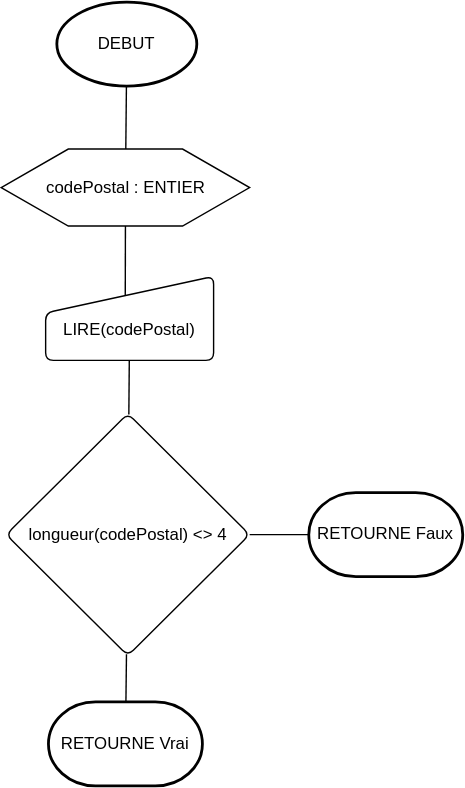
Before: 0869/user_project/diagrams/check_post_code.drawio.svg, a diagram exported from draw.io (katseyres/esa). Source tidied: cells renumbered, new cells last; positions are measured from the earlier drawing's top-left corner, leaving out a move shared by most shapes. Its diagram source:
```xml
<mxGraphModel>
  <root>
    <mxCell id="0" />
    <mxCell id="1" parent="0" />
    <mxCell id="2" style="edgeStyle=none;html=1;endArrow=none;endFill=0;rounded=0;" parent="1" edge="1" source="3" target="5">
      <mxGeometry relative="1" as="geometry" />
    </mxCell>
    <mxCell id="3" value="DEBUT" style="strokeWidth=2;html=1;shape=mxgraph.flowchart.start_1;whiteSpace=wrap;" parent="1" vertex="1">
      <mxGeometry x="40" width="100" height="60" as="geometry" />
    </mxCell>
    <mxCell id="4" style="edgeStyle=none;rounded=0;html=1;endArrow=none;endFill=0;entryX=0.474;entryY=0.273;entryDx=0;entryDy=0;entryPerimeter=0;exitX=0.5;exitY=1;exitDx=0;exitDy=0;" parent="1" edge="1" source="5" target="7">
      <mxGeometry relative="1" as="geometry" />
    </mxCell>
    <mxCell id="5" value="&lt;br&gt;codePostal : ENTIER" style="verticalLabelPosition=center;verticalAlign=top;html=1;shape=hexagon;perimeter=hexagonPerimeter2;arcSize=6;size=0.27;" parent="1" vertex="1">
      <mxGeometry x="0.2" y="105" width="177.5" height="55" as="geometry" />
    </mxCell>
    <mxCell id="6" style="edgeStyle=none;rounded=0;html=1;endArrow=none;endFill=0;" parent="1" edge="1" source="7" target="10">
      <mxGeometry relative="1" as="geometry" />
    </mxCell>
    <mxCell id="7" value="&lt;br&gt;LIRE(codePostal)" style="html=1;strokeWidth=1;shape=manualInput;whiteSpace=wrap;rounded=1;size=26;arcSize=11;" parent="1" vertex="1">
      <mxGeometry x="32" y="196" width="120" height="60" as="geometry" />
    </mxCell>
    <mxCell id="8" style="edgeStyle=none;rounded=0;html=1;endArrow=none;endFill=0;" parent="1" edge="1" source="10" target="11">
      <mxGeometry relative="1" as="geometry" />
    </mxCell>
    <mxCell id="9" style="edgeStyle=none;rounded=0;html=1;endArrow=none;endFill=0;" parent="1" edge="1" source="10" target="12">
      <mxGeometry relative="1" as="geometry" />
    </mxCell>
    <mxCell id="10" value="longueur(codePostal) &amp;lt;&amp;gt; 4" style="rhombus;whiteSpace=wrap;html=1;strokeWidth=1;rounded=1;arcSize=11;" parent="1" vertex="1">
      <mxGeometry x="3.8" y="294" width="174" height="173" as="geometry" />
    </mxCell>
    <mxCell id="11" value="RETOURNE Faux" style="strokeWidth=2;html=1;shape=mxgraph.flowchart.terminator;whiteSpace=wrap;" parent="1" vertex="1">
      <mxGeometry x="220" y="350.5" width="110" height="60" as="geometry" />
    </mxCell>
    <mxCell id="12" value="RETOURNE Vrai" style="strokeWidth=2;html=1;shape=mxgraph.flowchart.terminator;whiteSpace=wrap;" parent="1" vertex="1">
      <mxGeometry x="34" y="500" width="110" height="60" as="geometry" />
    </mxCell>
  </root>
</mxGraphModel>
```
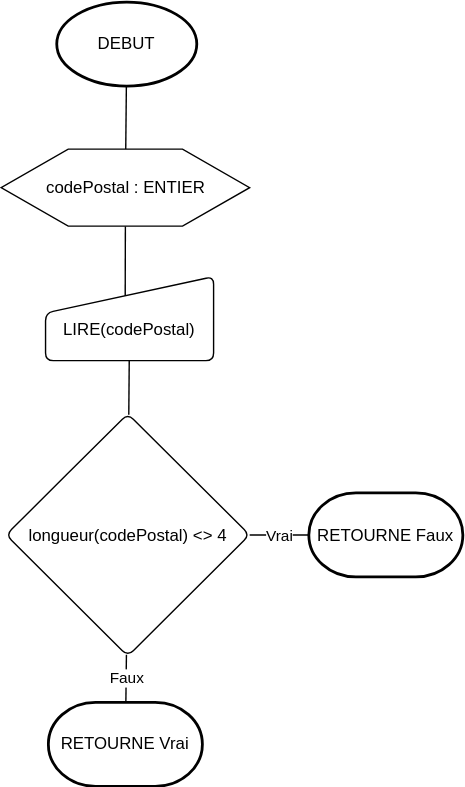
After the change.

What changed in the source:
```diff
@@ -20,10 +20,10 @@
     <mxCell id="7" value="&lt;br&gt;LIRE(codePostal)" style="html=1;strokeWidth=1;shape=manualInput;whiteSpace=wrap;rounded=1;size=26;arcSize=11;" parent="1" vertex="1">
       <mxGeometry x="32" y="196" width="120" height="60" as="geometry" />
     </mxCell>
-    <mxCell id="8" style="edgeStyle=none;rounded=0;html=1;endArrow=none;endFill=0;" parent="1" edge="1" source="10" target="11">
+    <mxCell id="8" value="Vrai" style="edgeStyle=none;rounded=0;html=1;endArrow=none;endFill=0;" parent="1" edge="1" source="10" target="11">
       <mxGeometry relative="1" as="geometry" />
     </mxCell>
-    <mxCell id="9" style="edgeStyle=none;rounded=0;html=1;endArrow=none;endFill=0;" parent="1" edge="1" source="10" target="12">
+    <mxCell id="9" value="Faux" style="edgeStyle=none;rounded=0;html=1;endArrow=none;endFill=0;" parent="1" edge="1" source="10" target="12">
       <mxGeometry relative="1" as="geometry" />
     </mxCell>
     <mxCell id="10" value="longueur(codePostal) &amp;lt;&amp;gt; 4" style="rhombus;whiteSpace=wrap;html=1;strokeWidth=1;rounded=1;arcSize=11;" parent="1" vertex="1">
```
